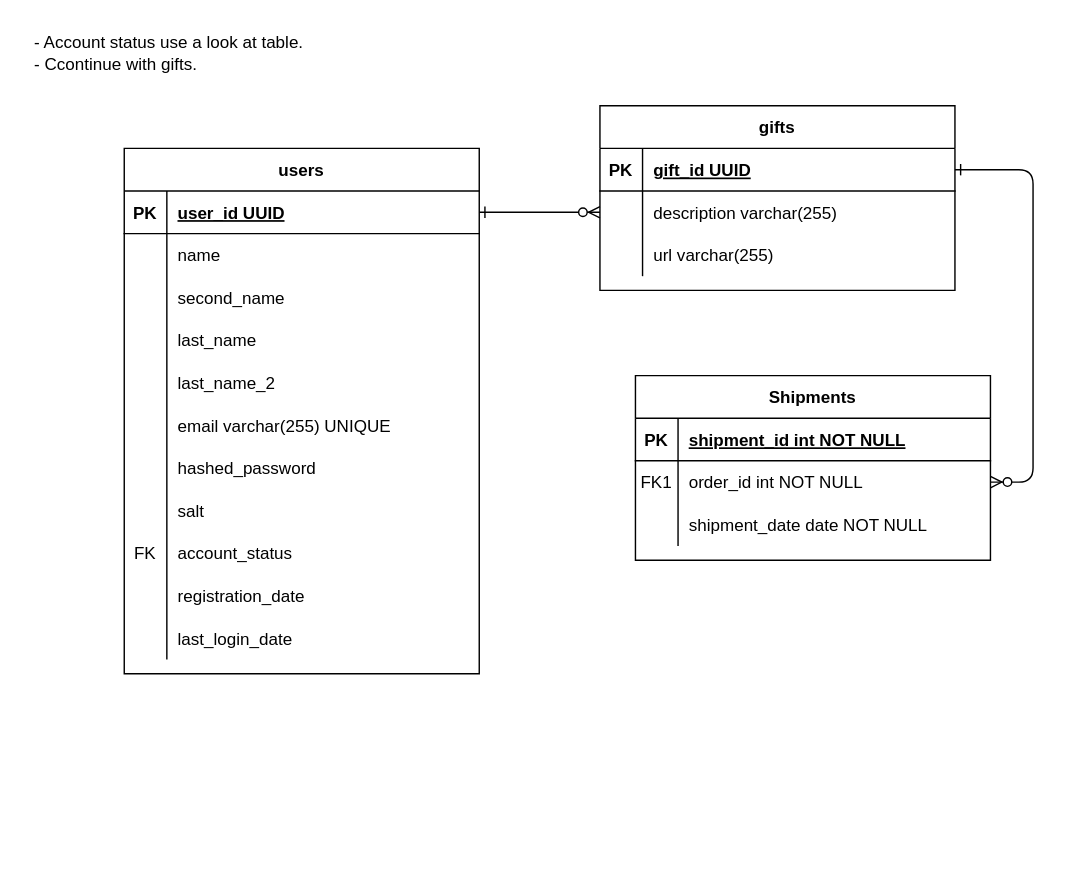
Above: doc/database.drawio in pablomgdev/cachivache2 (draw.io), before the change. Source tidied: cells renumbered, new cells numbered last; positions are measured from the earlier drawing's top-left corner, leaving out a move shared by most shapes. Both pictures are drawn from the tidied source at 142%, with x=0, y=0 at pixel (31, 24).
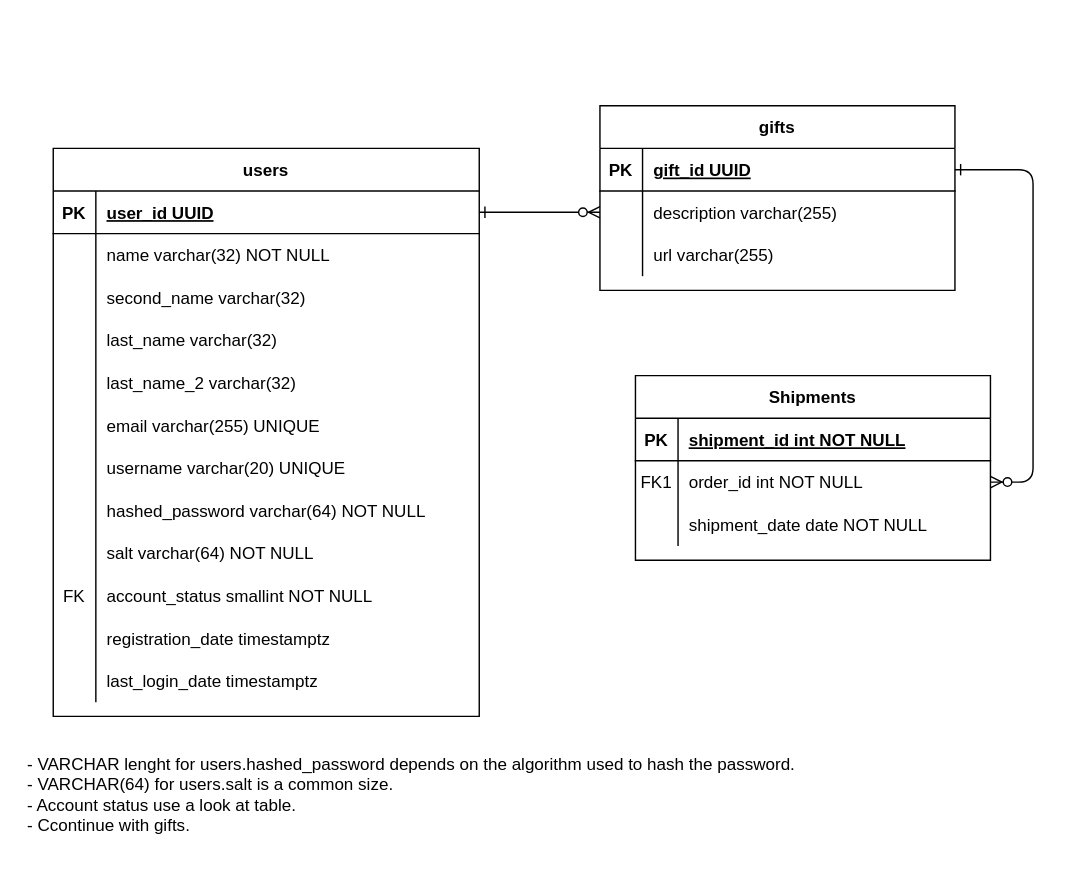
After the change.

Commit message:
doc: update database diagram

Update users table info

Diff of the diagram source:
```diff
@@
     <mxCell id="24" value="users" style="shape=table;startSize=30;childLayout=tableLayout;rowLines=0;fontStyle=1;align=center;" parent="1" vertex="1">
-      <mxGeometry x="65" y="87" width="250" height="370" as="geometry" />
+      <mxGeometry x="15" y="87" width="300" height="400" as="geometry" />
     </mxCell>
     <mxCell id="25" style="shape=partialRectangle;fillColor=none;points=[[0,0.5],[1,0.5]];portConstraint=eastwest;top=0;left=0;right=0;bottom=1;" parent="24" vertex="1">
-      <mxGeometry y="30" width="250" height="30" as="geometry" />
+      <mxGeometry y="30" width="300" height="30" as="geometry" />
     </mxCell>
@@
     <mxCell id="27" value="user_id UUID" style="shape=partialRectangle;overflow=hidden;fillColor=none;top=0;left=0;bottom=0;right=0;align=left;spacingLeft=6;fontStyle=5;" parent="25" vertex="1">
-      <mxGeometry x="30" width="220" height="30" as="geometry" />
+      <mxGeometry x="30" width="270" height="30" as="geometry" />
     </mxCell>
     <mxCell id="28" style="shape=partialRectangle;fillColor=none;top=0;left=0;right=0;bottom=0;" parent="24" vertex="1">
-      <mxGeometry y="60" width="250" height="30" as="geometry" />
+      <mxGeometry y="60" width="300" height="30" as="geometry" />
     </mxCell>
@@
-    <mxCell id="30" value="name" style="shape=partialRectangle;overflow=hidden;fillColor=none;top=0;left=0;bottom=0;right=0;align=left;spacingLeft=6;" parent="28" vertex="1">
-      <mxGeometry x="30" width="220" height="30" as="geometry" />
+    <mxCell id="30" value="name varchar(32) NOT NULL" style="shape=partialRectangle;overflow=hidden;fillColor=none;top=0;left=0;bottom=0;right=0;align=left;spacingLeft=6;" parent="28" vertex="1">
+      <mxGeometry x="30" width="270" height="30" as="geometry" />
     </mxCell>
     <mxCell id="31" style="shape=partialRectangle;fillColor=none;top=0;left=0;right=0;bottom=0;" parent="24" vertex="1">
-      <mxGeometry y="90" width="250" height="30" as="geometry" />
+      <mxGeometry y="90" width="300" height="30" as="geometry" />
     </mxCell>
@@
-    <mxCell id="33" value="second_name" style="shape=partialRectangle;overflow=hidden;fillColor=none;top=0;left=0;bottom=0;right=0;align=left;spacingLeft=6;" parent="31" vertex="1">
-      <mxGeometry x="30" width="220" height="30" as="geometry" />
+    <mxCell id="33" value="second_name varchar(32)" style="shape=partialRectangle;overflow=hidden;fillColor=none;top=0;left=0;bottom=0;right=0;align=left;spacingLeft=6;" parent="31" vertex="1">
+      <mxGeometry x="30" width="270" height="30" as="geometry" />
     </mxCell>
     <mxCell id="34" style="shape=partialRectangle;fillColor=none;top=0;left=0;right=0;bottom=0;" parent="24" vertex="1">
-      <mxGeometry y="120" width="250" height="30" as="geometry" />
+      <mxGeometry y="120" width="300" height="30" as="geometry" />
     </mxCell>
@@
-    <mxCell id="36" value="last_name" style="shape=partialRectangle;overflow=hidden;fillColor=none;top=0;left=0;bottom=0;right=0;align=left;spacingLeft=6;" parent="34" vertex="1">
-      <mxGeometry x="30" width="220" height="30" as="geometry" />
+    <mxCell id="36" value="last_name varchar(32)" style="shape=partialRectangle;overflow=hidden;fillColor=none;top=0;left=0;bottom=0;right=0;align=left;spacingLeft=6;" parent="34" vertex="1">
+      <mxGeometry x="30" width="270" height="30" as="geometry" />
     </mxCell>
     <mxCell id="37" style="shape=partialRectangle;fillColor=none;top=0;left=0;right=0;bottom=0;" parent="24" vertex="1">
-      <mxGeometry y="150" width="250" height="30" as="geometry" />
+      <mxGeometry y="150" width="300" height="30" as="geometry" />
     </mxCell>
@@
-    <mxCell id="39" value="last_name_2" style="shape=partialRectangle;overflow=hidden;fillColor=none;top=0;left=0;bottom=0;right=0;align=left;spacingLeft=6;" parent="37" vertex="1">
-      <mxGeometry x="30" width="220" height="30" as="geometry" />
+    <mxCell id="39" value="last_name_2 varchar(32)" style="shape=partialRectangle;overflow=hidden;fillColor=none;top=0;left=0;bottom=0;right=0;align=left;spacingLeft=6;" parent="37" vertex="1">
+      <mxGeometry x="30" width="270" height="30" as="geometry" />
     </mxCell>
     <mxCell id="40" style="shape=partialRectangle;fillColor=none;top=0;left=0;right=0;bottom=0;" parent="24" vertex="1">
-      <mxGeometry y="180" width="250" height="30" as="geometry" />
+      <mxGeometry y="180" width="300" height="30" as="geometry" />
     </mxCell>
@@
     <mxCell id="42" value="email varchar(255) UNIQUE" style="shape=partialRectangle;overflow=hidden;fillColor=none;top=0;left=0;bottom=0;right=0;align=left;spacingLeft=6;" parent="40" vertex="1">
-      <mxGeometry x="30" width="220" height="30" as="geometry" />
+      <mxGeometry x="30" width="270" height="30" as="geometry" />
     </mxCell>
+    <mxCell id="59" style="shape=partialRectangle;fillColor=none;top=0;left=0;right=0;bottom=0;" parent="24" vertex="1">
+      <mxGeometry y="210" width="300" height="30" as="geometry" />
+    </mxCell>
+    <mxCell id="60" style="shape=partialRectangle;overflow=hidden;fillColor=none;top=0;left=0;bottom=0;right=0;" parent="59" vertex="1">
+      <mxGeometry width="30" height="30" as="geometry" />
+    </mxCell>
+    <mxCell id="61" value="username varchar(20) UNIQUE" style="shape=partialRectangle;overflow=hidden;fillColor=none;top=0;left=0;bottom=0;right=0;align=left;spacingLeft=6;" parent="59" vertex="1">
+      <mxGeometry x="30" width="270" height="30" as="geometry" />
+    </mxCell>
     <mxCell id="43" style="shape=partialRectangle;fillColor=none;top=0;left=0;right=0;bottom=0;" parent="24" vertex="1">
-      <mxGeometry y="210" width="250" height="30" as="geometry" />
+      <mxGeometry y="240" width="300" height="30" as="geometry" />
     </mxCell>
@@
-    <mxCell id="45" value="hashed_password" style="shape=partialRectangle;overflow=hidden;fillColor=none;top=0;left=0;bottom=0;right=0;align=left;spacingLeft=6;" parent="43" vertex="1">
-      <mxGeometry x="30" width="220" height="30" as="geometry" />
+    <mxCell id="45" value="hashed_password varchar(64) NOT NULL" style="shape=partialRectangle;overflow=hidden;fillColor=none;top=0;left=0;bottom=0;right=0;align=left;spacingLeft=6;" parent="43" vertex="1">
+      <mxGeometry x="30" width="270" height="30" as="geometry" />
     </mxCell>
     <mxCell id="46" style="shape=partialRectangle;fillColor=none;top=0;left=0;right=0;bottom=0;" parent="24" vertex="1">
-      <mxGeometry y="240" width="250" height="30" as="geometry" />
+      <mxGeometry y="270" width="300" height="30" as="geometry" />
     </mxCell>
@@
-    <mxCell id="48" value="salt" style="shape=partialRectangle;overflow=hidden;fillColor=none;top=0;left=0;bottom=0;right=0;align=left;spacingLeft=6;" parent="46" vertex="1">
-      <mxGeometry x="30" width="220" height="30" as="geometry" />
+    <mxCell id="48" value="salt varchar(64) NOT NULL" style="shape=partialRectangle;overflow=hidden;fillColor=none;top=0;left=0;bottom=0;right=0;align=left;spacingLeft=6;" parent="46" vertex="1">
+      <mxGeometry x="30" width="270" height="30" as="geometry" />
     </mxCell>
     <mxCell id="49" style="shape=partialRectangle;fillColor=none;top=0;left=0;right=0;bottom=0;" parent="24" vertex="1">
-      <mxGeometry y="270" width="250" height="30" as="geometry" />
+      <mxGeometry y="300" width="300" height="30" as="geometry" />
     </mxCell>
@@
-    <mxCell id="51" value="account_status" style="shape=partialRectangle;overflow=hidden;fillColor=none;top=0;left=0;bottom=0;right=0;align=left;spacingLeft=6;" parent="49" vertex="1">
-      <mxGeometry x="30" width="220" height="30" as="geometry" />
+    <mxCell id="51" value="account_status smallint NOT NULL" style="shape=partialRectangle;overflow=hidden;fillColor=none;top=0;left=0;bottom=0;right=0;align=left;spacingLeft=6;" parent="49" vertex="1">
+      <mxGeometry x="30" width="270" height="30" as="geometry" />
     </mxCell>
     <mxCell id="52" style="shape=partialRectangle;fillColor=none;top=0;left=0;right=0;bottom=0;" parent="24" vertex="1">
-      <mxGeometry y="300" width="250" height="30" as="geometry" />
+      <mxGeometry y="330" width="300" height="30" as="geometry" />
     </mxCell>
@@
-    <mxCell id="54" value="registration_date" style="shape=partialRectangle;overflow=hidden;fillColor=none;top=0;left=0;bottom=0;right=0;align=left;spacingLeft=6;" parent="52" vertex="1">
-      <mxGeometry x="30" width="220" height="30" as="geometry" />
+    <mxCell id="54" value="registration_date timestamptz" style="shape=partialRectangle;overflow=hidden;fillColor=none;top=0;left=0;bottom=0;right=0;align=left;spacingLeft=6;" parent="52" vertex="1">
+      <mxGeometry x="30" width="270" height="30" as="geometry" />
     </mxCell>
     <mxCell id="55" style="shape=partialRectangle;fillColor=none;top=0;left=0;right=0;bottom=0;" parent="24" vertex="1">
-      <mxGeometry y="330" width="250" height="30" as="geometry" />
+      <mxGeometry y="360" width="300" height="30" as="geometry" />
     </mxCell>
@@
-    <mxCell id="57" value="last_login_date" style="shape=partialRectangle;overflow=hidden;fillColor=none;top=0;left=0;bottom=0;right=0;align=left;spacingLeft=6;" parent="55" vertex="1">
-      <mxGeometry x="30" width="220" height="30" as="geometry" />
+    <mxCell id="57" value="last_login_date timestamptz" style="shape=partialRectangle;overflow=hidden;fillColor=none;top=0;left=0;bottom=0;right=0;align=left;spacingLeft=6;" parent="55" vertex="1">
+      <mxGeometry x="30" width="270" height="30" as="geometry" />
     </mxCell>
-    <mxCell id="58" value="- Account status use a look at table.&lt;br&gt;- Ccontinue with gifts." style="text;html=1;align=left;verticalAlign=middle;strokeColor=none;fillColor=none;" parent="1" vertex="1">
-      <mxGeometry width="210" height="40" as="geometry" />
+    <mxCell id="58" value="- VARCHAR lenght for users.hashed_password depends on the algorithm used to hash the password.&lt;br&gt;- VARCHAR(64) for users.salt is a common size.&lt;br&gt;- Account status use a look at table.&lt;br style=&quot;border-color: var(--border-color);&quot;&gt;- Ccontinue with gifts." style="text;html=1;align=left;verticalAlign=top;strokeColor=none;fillColor=none;" parent="1" vertex="1">
+      <mxGeometry x="-5" y="507" width="560" height="70" as="geometry" />
     </mxCell>
```
